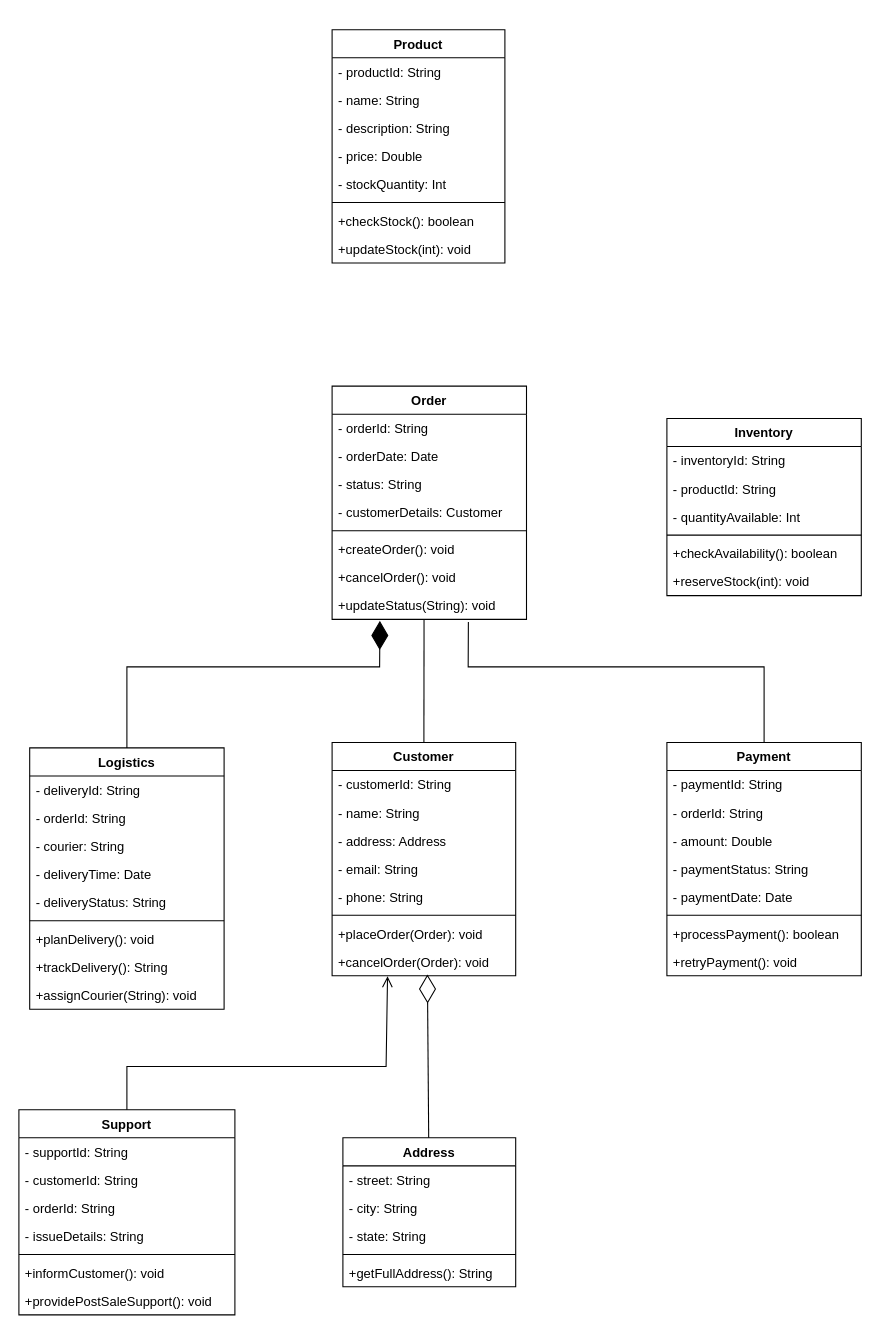
Above: page "Page-1" (2 of 3) of obos_5th.drawio in mati-tech/draw.io (draw.io), before the change. Source tidied: cells renumbered, new cells numbered last; positions are measured from the earlier drawing's top-left corner, leaving out a move shared by most shapes. Both pictures are drawn from the tidied source at 108%, with x=0, y=0 at pixel (18, 29).
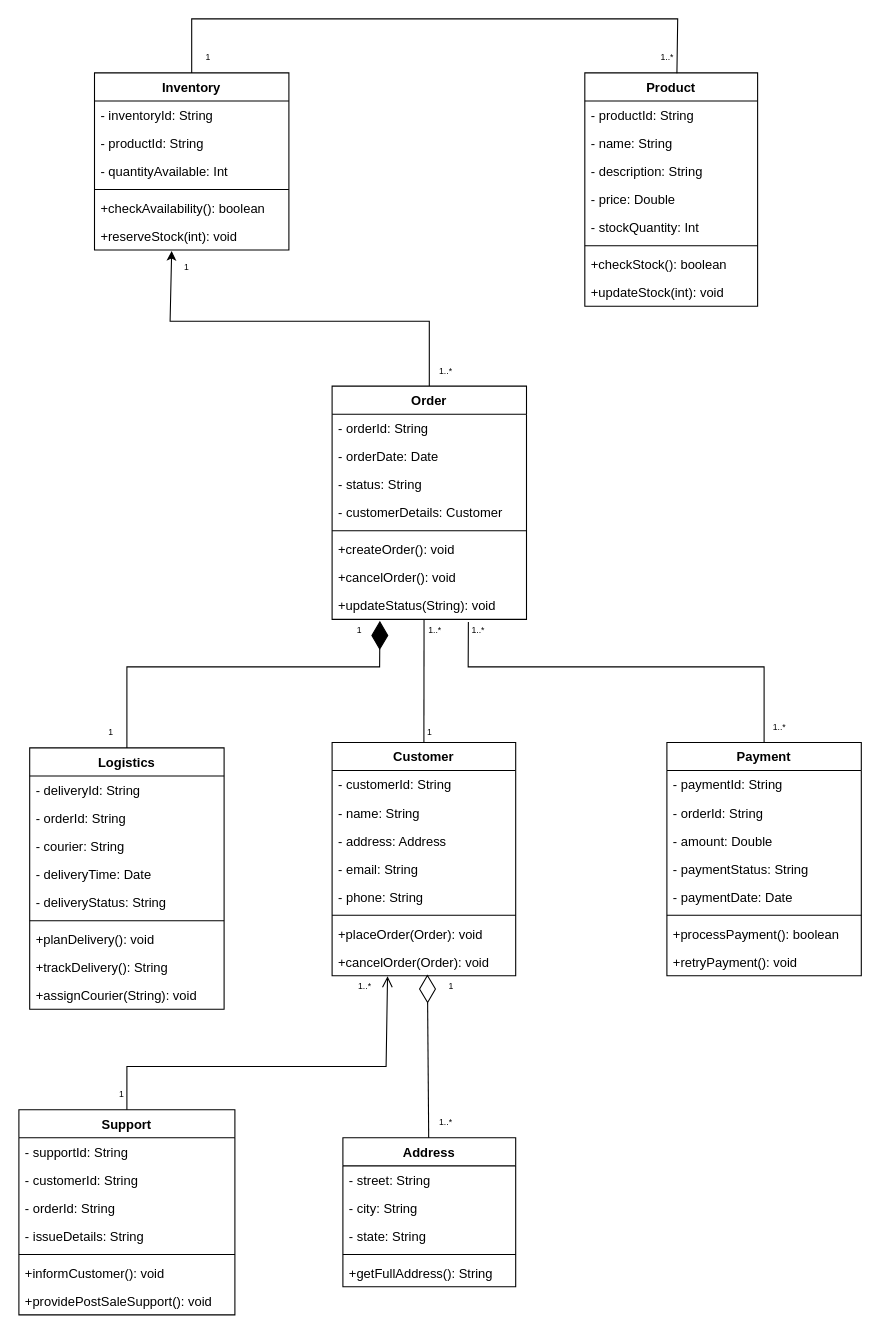
The same diagram, later.

Unchanged cells that the change refers to:
```xml
<mxCell id="2" value="Order" style="swimlane;fontStyle=1;horizontal=1;startSize=26;" parent="1" vertex="1">
  <mxGeometry x="290" y="330" width="180" height="216" as="geometry" />
</mxCell>
<mxCell id="62" value="+reserveStock(int): void" style="text;strokeColor=none;fillColor=none;align=left;verticalAlign=top;spacingLeft=4;spacingRight=4;overflow=hidden;points=[[0,0.5],[1,0.5]];portConstraint=eastwest;" parent="56" vertex="1">
  <mxGeometry y="138" width="180" height="26" as="geometry" />
</mxCell>
```

Change to the diagram source:
```diff
@@
     <mxCell id="20" value="Product" style="swimlane;fontStyle=1;horizontal=1;startSize=26;" parent="1" vertex="1">
-      <mxGeometry x="290" width="160" height="216" as="geometry" />
+      <mxGeometry x="524" y="40" width="160" height="216" as="geometry" />
     </mxCell>
@@
     <mxCell id="56" value="Inventory" style="swimlane;fontStyle=1;horizontal=1;startSize=26;" parent="1" vertex="1">
-      <mxGeometry x="600" y="360" width="180" height="164" as="geometry" />
+      <mxGeometry x="70" y="40" width="180" height="164" as="geometry" />
     </mxCell>
@@
+    <mxCell id="74" style="endArrow=none;html=1;rounded=0;exitX=0.5;exitY=0;exitDx=0;exitDy=0;entryX=0.533;entryY=0.002;entryDx=0;entryDy=0;entryPerimeter=0;" parent="1" edge="1" source="56" target="20">
+      <mxGeometry relative="1" as="geometry">
+        <Array as="points">
+          <mxPoint x="160" y="-10" />
+          <mxPoint x="610" y="-10" />
+        </Array>
+      </mxGeometry>
+    </mxCell>
+    <mxCell id="75" style="endArrow=classic;html=1;rounded=0;exitX=0.5;exitY=0;exitDx=0;exitDy=0;entryX=0.397;entryY=1.033;entryDx=0;entryDy=0;entryPerimeter=0;" parent="1" edge="1" source="2" target="62">
+      <mxGeometry relative="1" as="geometry">
+        <Array as="points">
+          <mxPoint x="380" y="270" />
+          <mxPoint x="140" y="270" />
+        </Array>
+      </mxGeometry>
+    </mxCell>
+    <mxCell id="76" value="&lt;font style=&quot;font-size: 8px;&quot;&gt;1&lt;/font&gt;" style="text;html=1;align=center;verticalAlign=middle;strokeColor=none;fillColor=none;" parent="1" vertex="1">
+      <mxGeometry x="365" y="635" width="30" height="30" as="geometry" />
+    </mxCell>
+    <mxCell id="77" value="&lt;font style=&quot;font-size: 8px;&quot;&gt;1..*&lt;/font&gt;" style="text;html=1;align=center;verticalAlign=middle;strokeColor=none;fillColor=none;" parent="1" vertex="1">
+      <mxGeometry x="365" y="540" width="40" height="30" as="geometry" />
+    </mxCell>
+    <mxCell id="78" value="&lt;font style=&quot;font-size: 8px;&quot;&gt;1&lt;/font&gt;" style="text;html=1;align=center;verticalAlign=middle;strokeColor=none;fillColor=none;" parent="1" vertex="1">
+      <mxGeometry x="385" y="870" width="30" height="30" as="geometry" />
+    </mxCell>
+    <mxCell id="79" value="&lt;font style=&quot;font-size: 8px;&quot;&gt;1&lt;/font&gt;" style="text;html=1;align=center;verticalAlign=middle;strokeColor=none;fillColor=none;" parent="1" vertex="1">
+      <mxGeometry x="160" y="10" width="30" height="30" as="geometry" />
+    </mxCell>
+    <mxCell id="80" value="&lt;font style=&quot;font-size: 8px;&quot;&gt;1..*&lt;/font&gt;" style="text;html=1;align=center;verticalAlign=middle;strokeColor=none;fillColor=none;" parent="1" vertex="1">
+      <mxGeometry x="580" y="10" width="40" height="30" as="geometry" />
+    </mxCell>
+    <mxCell id="81" value="&lt;font style=&quot;font-size: 8px;&quot;&gt;1&lt;/font&gt;" style="text;html=1;align=center;verticalAlign=middle;strokeColor=none;fillColor=none;" parent="1" vertex="1">
+      <mxGeometry x="140" y="204" width="30" height="30" as="geometry" />
+    </mxCell>
+    <mxCell id="82" value="&lt;font style=&quot;font-size: 8px;&quot;&gt;1..*&lt;/font&gt;" style="text;html=1;align=center;verticalAlign=middle;strokeColor=none;fillColor=none;" parent="1" vertex="1">
+      <mxGeometry x="375" y="300" width="40" height="30" as="geometry" />
+    </mxCell>
+    <mxCell id="83" value="&lt;font style=&quot;font-size: 8px;&quot;&gt;1&lt;/font&gt;" style="text;html=1;align=center;verticalAlign=middle;strokeColor=none;fillColor=none;" parent="1" vertex="1">
+      <mxGeometry x="80" y="970" width="30" height="30" as="geometry" />
+    </mxCell>
+    <mxCell id="84" value="&lt;font style=&quot;font-size: 8px;&quot;&gt;1..*&lt;/font&gt;" style="text;html=1;align=center;verticalAlign=middle;strokeColor=none;fillColor=none;" parent="1" vertex="1">
+      <mxGeometry x="300" y="870" width="40" height="30" as="geometry" />
+    </mxCell>
+    <mxCell id="85" value="&lt;font style=&quot;font-size: 8px;&quot;&gt;1..*&lt;/font&gt;" style="text;html=1;align=center;verticalAlign=middle;strokeColor=none;fillColor=none;" parent="1" vertex="1">
+      <mxGeometry x="405" y="540" width="40" height="30" as="geometry" />
+    </mxCell>
+    <mxCell id="86" value="&lt;font style=&quot;font-size: 8px;&quot;&gt;1..*&lt;/font&gt;" style="text;html=1;align=center;verticalAlign=middle;strokeColor=none;fillColor=none;" parent="1" vertex="1">
+      <mxGeometry x="684" y="630" width="40" height="30" as="geometry" />
+    </mxCell>
+    <mxCell id="87" value="&lt;font style=&quot;font-size: 8px;&quot;&gt;1&lt;/font&gt;" style="text;html=1;align=center;verticalAlign=middle;strokeColor=none;fillColor=none;" parent="1" vertex="1">
+      <mxGeometry x="300" y="540" width="30" height="30" as="geometry" />
+    </mxCell>
+    <mxCell id="88" value="&lt;font style=&quot;font-size: 8px;&quot;&gt;1&lt;/font&gt;" style="text;html=1;align=center;verticalAlign=middle;strokeColor=none;fillColor=none;" parent="1" vertex="1">
+      <mxGeometry x="70" y="635" width="30" height="30" as="geometry" />
+    </mxCell>
+    <mxCell id="89" value="&lt;font style=&quot;font-size: 8px;&quot;&gt;1..*&lt;/font&gt;" style="text;html=1;align=center;verticalAlign=middle;strokeColor=none;fillColor=none;" parent="1" vertex="1">
+      <mxGeometry x="375" y="996" width="40" height="30" as="geometry" />
+    </mxCell>
```
